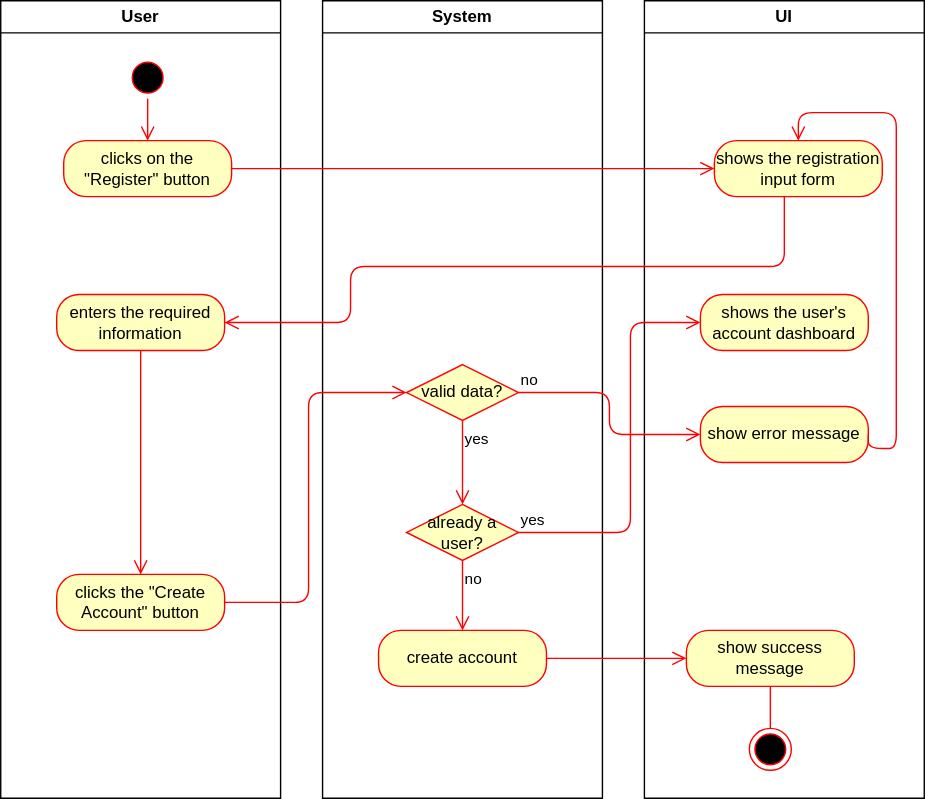
This is docs/ADCA.drawio.svg from millisom/GluGuide, a draw.io export, as it was before one commit. Source tidied: cells renumbered, new cells last; positions are measured from the earlier drawing's top-left corner, leaving out a move shared by most shapes.
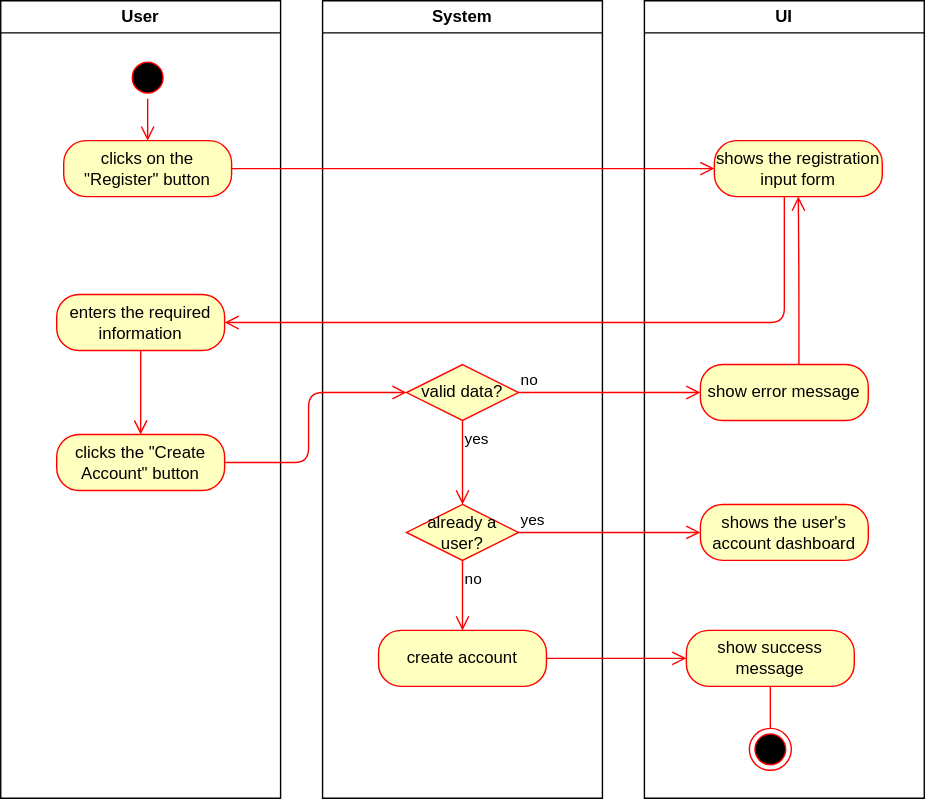
After the commit.

Commit message:
fixec UCCA

What changed in the source:
```diff
@@ -15,7 +15,7 @@
       <mxGeometry relative="1" as="geometry" />
     </mxCell>
     <mxCell id="6" value="clicks the &quot;Create Account&quot; button" style="rounded=1;whiteSpace=wrap;html=1;arcSize=40;fontColor=#000000;fillColor=#ffffc0;strokeColor=#ff0000;" parent="2" vertex="1">
-      <mxGeometry x="40" y="410" width="120" height="40" as="geometry" />
+      <mxGeometry x="40" y="310" width="120" height="40" as="geometry" />
     </mxCell>
     <mxCell id="7" value="enters the required information" style="rounded=1;whiteSpace=wrap;html=1;arcSize=40;fontColor=#000000;fillColor=#ffffc0;strokeColor=#ff0000;" parent="2" vertex="1">
       <mxGeometry x="40" y="210" width="120" height="40" as="geometry" />
@@ -48,16 +48,10 @@
       <mxGeometry x="50" y="100" width="120" height="40" as="geometry" />
     </mxCell>
     <mxCell id="17" value="show error message" style="rounded=1;whiteSpace=wrap;html=1;arcSize=40;fontColor=#000000;fillColor=#ffffc0;strokeColor=#ff0000;" parent="15" vertex="1">
-      <mxGeometry x="40" y="290" width="120" height="40" as="geometry" />
+      <mxGeometry x="40" y="260" width="120" height="40" as="geometry" />
     </mxCell>
-    <mxCell id="18" style="edgeStyle=orthogonalEdgeStyle;html=1;verticalAlign=bottom;endArrow=open;endSize=8;strokeColor=#ff0000;entryX=0.5;entryY=0;entryDx=0;entryDy=0;exitX=1;exitY=0.5;exitDx=0;exitDy=0;" parent="15" edge="1" source="17" target="16">
-      <mxGeometry relative="1" as="geometry">
-        <Array as="points">
-          <mxPoint x="180" y="320" />
-          <mxPoint x="180" y="80" />
-          <mxPoint x="110" y="80" />
-        </Array>
-      </mxGeometry>
+    <mxCell id="18" style="edgeStyle=orthogonalEdgeStyle;html=1;verticalAlign=bottom;endArrow=open;endSize=8;strokeColor=#ff0000;exitX=0.587;exitY=-0.004;exitDx=0;exitDy=0;exitPerimeter=0;" parent="15" edge="1" source="17" target="16">
+      <mxGeometry relative="1" as="geometry" />
     </mxCell>
     <mxCell id="19" value="show success message" style="rounded=1;whiteSpace=wrap;html=1;arcSize=40;fontColor=#000000;fillColor=#ffffc0;strokeColor=#ff0000;" parent="15" vertex="1">
       <mxGeometry x="30" y="450" width="120" height="40" as="geometry" />
@@ -72,7 +66,7 @@
       <mxGeometry relative="1" as="geometry" />
     </mxCell>
     <mxCell id="22" value="shows the user's account dashboard" style="rounded=1;whiteSpace=wrap;html=1;arcSize=40;fontColor=#000000;fillColor=#ffffc0;strokeColor=#ff0000;" parent="15" vertex="1">
-      <mxGeometry x="40" y="210" width="120" height="40" as="geometry" />
+      <mxGeometry x="40" y="360" width="120" height="40" as="geometry" />
     </mxCell>
     <mxCell id="23" style="ellipse;html=1;shape=endState;fillColor=#000000;strokeColor=#ff0000;" parent="15" vertex="1">
       <mxGeometry x="75" y="520" width="30" height="30" as="geometry" />
@@ -80,16 +74,14 @@
     <mxCell id="24" style="edgeStyle=orthogonalEdgeStyle;html=1;verticalAlign=bottom;endArrow=open;endSize=8;strokeColor=#ff0000;entryX=1;entryY=0.5;entryDx=0;entryDy=0;" parent="1" edge="1" source="16" target="7">
       <mxGeometry relative="1" as="geometry">
         <Array as="points">
-          <mxPoint x="560" y="190" />
-          <mxPoint x="250" y="190" />
-          <mxPoint x="250" y="230" />
+          <mxPoint x="560" y="230" />
         </Array>
       </mxGeometry>
     </mxCell>
     <mxCell id="25" style="edgeStyle=orthogonalEdgeStyle;html=1;verticalAlign=bottom;endArrow=open;endSize=8;strokeColor=#ff0000;entryX=0;entryY=0.5;entryDx=0;entryDy=0;exitX=1;exitY=0.5;exitDx=0;exitDy=0;" parent="1" edge="1" source="6" target="10">
       <mxGeometry relative="1" as="geometry">
         <Array as="points">
-          <mxPoint x="220" y="430" />
+          <mxPoint x="220" y="330" />
           <mxPoint x="220" y="280" />
         </Array>
       </mxGeometry>
@@ -106,8 +98,8 @@
     <mxCell id="29" value="yes" style="edgeStyle=orthogonalEdgeStyle;html=1;align=left;verticalAlign=bottom;endArrow=open;endSize=8;strokeColor=#ff0000;entryX=0;entryY=0.5;entryDx=0;entryDy=0;" parent="1" edge="1" source="12" target="22">
       <mxGeometry x="-1" relative="1" as="geometry">
         <Array as="points">
-          <mxPoint x="450" y="380" />
-          <mxPoint x="450" y="230" />
+          <mxPoint x="490" y="380" />
+          <mxPoint x="490" y="380" />
         </Array>
       </mxGeometry>
     </mxCell>
```
